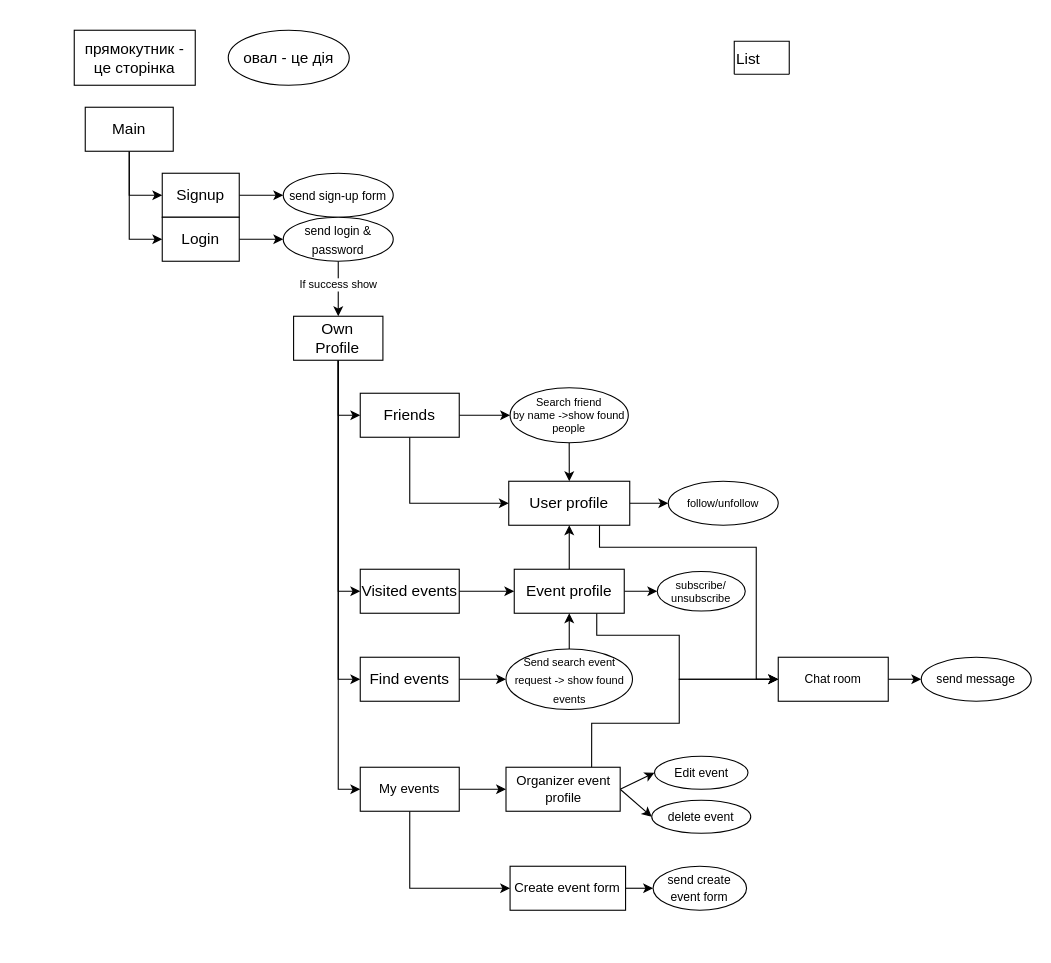
Above: DiagramsForDevelopment/SiteStructure.drawio in DeniesLie/SearchUp (draw.io), before the change. Source tidied: cells renumbered, new cells numbered last; positions are measured from the earlier drawing's top-left corner, leaving out a move shared by most shapes. Both pictures are drawn from the tidied source at 110%, with x=0, y=0 at pixel (74, 30).
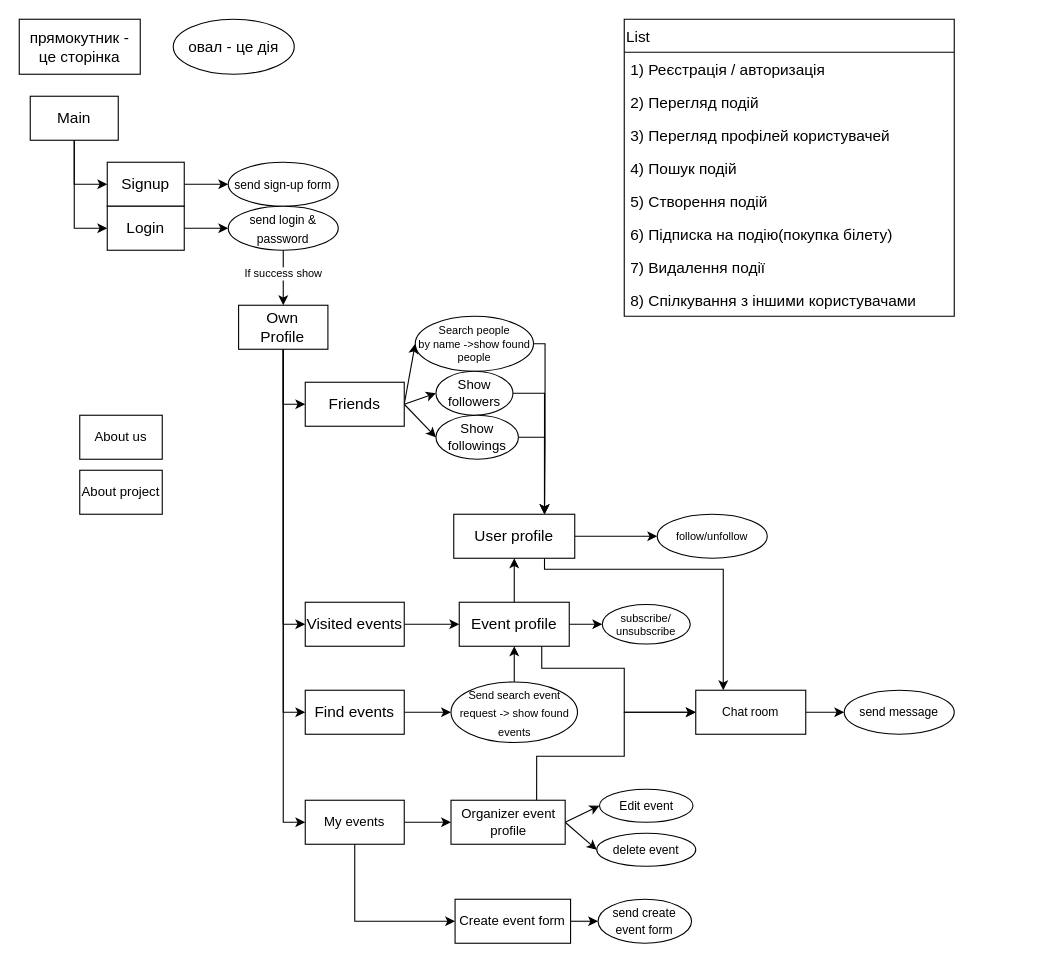
The same diagram, later.

The edit, as a diff of the source:
```diff
@@
     <mxCell id="2" style="edgeStyle=orthogonalEdgeStyle;rounded=0;jettySize=auto;html=1;exitX=0.5;exitY=1;exitDx=0;exitDy=0;fontSize=14;entryX=0;entryY=0.5;entryDx=0;entryDy=0;" parent="1" edge="1" source="4" target="6">
       <mxGeometry relative="1" as="geometry">
         <Array as="points">
-          <mxPoint x="50" y="150" />
+          <mxPoint y="140" />
         </Array>
       </mxGeometry>
     </mxCell>
     <mxCell id="3" style="edgeStyle=orthogonalEdgeStyle;rounded=0;jettySize=auto;html=1;exitX=0.5;exitY=1;exitDx=0;exitDy=0;entryX=0;entryY=0.5;entryDx=0;entryDy=0;fontSize=14;" parent="1" edge="1" source="4" target="9">
       <mxGeometry relative="1" as="geometry">
         <Array as="points">
-          <mxPoint x="50" y="190" />
+          <mxPoint y="180" />
         </Array>
       </mxGeometry>
     </mxCell>
     <mxCell id="4" value="&lt;div align=&quot;center&quot;&gt;Main&lt;br&gt;&lt;/div&gt;" style="rounded=0;whiteSpace=wrap;html=1;fontSize=14;align=center;" parent="1" vertex="1">
-      <mxGeometry x="10" y="70" width="80" height="40" as="geometry" />
+      <mxGeometry x="-40" y="60" width="80" height="40" as="geometry" />
     </mxCell>
@@
     <mxCell id="6" value="&lt;div align=&quot;center&quot;&gt;Signup&lt;br&gt;&lt;/div&gt;" style="rounded=0;whiteSpace=wrap;html=1;fontSize=14;align=center;" parent="1" vertex="1">
-      <mxGeometry x="80" y="130" width="70" height="40" as="geometry" />
+      <mxGeometry x="30" y="120" width="70" height="40" as="geometry" />
     </mxCell>
-    <mxCell id="7" value="List" style="swimlane;fontStyle=0;horizontal=1;startSize=30;fontSize=14;align=left;" parent="1" vertex="1" collapsed="1">
-      <mxGeometry x="600" y="10" width="50" height="30" as="geometry" />
+    <mxCell id="7" value="List" style="swimlane;fontStyle=0;horizontal=1;startSize=30;fontSize=14;align=left;" parent="1" vertex="1">
+      <mxGeometry x="500" y="-10" width="300" height="270" as="geometry" />
     </mxCell>
+    <mxCell id="56" value="1) Реєстрація / авторизація" style="text;strokeColor=none;fillColor=none;align=left;verticalAlign=middle;spacingLeft=4;spacingRight=4;overflow=hidden;fontSize=14;" parent="7" vertex="1">
+      <mxGeometry y="30" width="300" height="30" as="geometry" />
+    </mxCell>
+    <mxCell id="57" value="2) Перегляд подій" style="text;strokeColor=none;fillColor=none;align=left;verticalAlign=middle;spacingLeft=4;spacingRight=4;overflow=hidden;fontSize=14;" parent="7" vertex="1">
+      <mxGeometry y="60" width="300" height="30" as="geometry" />
+    </mxCell>
+    <mxCell id="58" value="3) Перегляд профілей користувачей" style="text;strokeColor=none;fillColor=none;align=left;verticalAlign=middle;spacingLeft=4;spacingRight=4;overflow=hidden;fontSize=14;" parent="7" vertex="1">
+      <mxGeometry y="90" width="300" height="30" as="geometry" />
+    </mxCell>
+    <mxCell id="59" value="4) Пошук подій" style="text;strokeColor=none;fillColor=none;align=left;verticalAlign=middle;spacingLeft=4;spacingRight=4;overflow=hidden;fontSize=14;" parent="7" vertex="1">
+      <mxGeometry y="120" width="300" height="30" as="geometry" />
+    </mxCell>
+    <mxCell id="60" value="5) Створення подій" style="text;strokeColor=none;fillColor=none;align=left;verticalAlign=middle;spacingLeft=4;spacingRight=4;overflow=hidden;fontSize=14;" parent="7" vertex="1">
+      <mxGeometry y="150" width="300" height="30" as="geometry" />
+    </mxCell>
+    <mxCell id="61" value="6) Підписка на подію(покупка білету)" style="text;strokeColor=none;fillColor=none;align=left;verticalAlign=middle;spacingLeft=4;spacingRight=4;overflow=hidden;fontSize=14;" parent="7" vertex="1">
+      <mxGeometry y="180" width="300" height="30" as="geometry" />
+    </mxCell>
+    <mxCell id="62" value="7) Видалення події" style="text;strokeColor=none;fillColor=none;align=left;verticalAlign=middle;spacingLeft=4;spacingRight=4;overflow=hidden;fontSize=14;" parent="7" vertex="1">
+      <mxGeometry y="210" width="300" height="30" as="geometry" />
+    </mxCell>
+    <mxCell id="63" value="8) Спілкування з іншими користувачами " style="text;strokeColor=none;fillColor=none;align=left;verticalAlign=middle;spacingLeft=4;spacingRight=4;overflow=hidden;fontSize=14;" parent="7" vertex="1">
+      <mxGeometry y="240" width="300" height="30" as="geometry" />
+    </mxCell>
@@
     <mxCell id="9" value="&lt;div align=&quot;center&quot;&gt;Login &lt;br&gt;&lt;/div&gt;" style="rounded=0;whiteSpace=wrap;html=1;fontSize=14;align=center;" parent="1" vertex="1">
-      <mxGeometry x="80" y="170" width="70" height="40" as="geometry" />
+      <mxGeometry x="30" y="160" width="70" height="40" as="geometry" />
     </mxCell>
     <mxCell id="10" value="прямокутник - це сторінка" style="rounded=0;whiteSpace=wrap;html=1;fontSize=14;align=center;" parent="1" vertex="1">
-      <mxGeometry width="110" height="50" as="geometry" />
+      <mxGeometry x="-50" y="-10" width="110" height="50" as="geometry" />
     </mxCell>
     <mxCell id="11" value="овал - це дія" style="ellipse;whiteSpace=wrap;html=1;fontSize=14;align=center;" parent="1" vertex="1">
-      <mxGeometry x="140" width="110" height="50" as="geometry" />
+      <mxGeometry x="90" y="-10" width="110" height="50" as="geometry" />
     </mxCell>
     <mxCell id="12" value="&lt;font style=&quot;font-size: 11px&quot;&gt;send sign-up form&lt;/font&gt;" style="ellipse;whiteSpace=wrap;html=1;fontSize=14;align=center;" parent="1" vertex="1">
-      <mxGeometry x="190" y="130" width="100" height="40" as="geometry" />
+      <mxGeometry x="140" y="120" width="100" height="40" as="geometry" />
     </mxCell>
@@
     <mxCell id="15" value="&lt;font style=&quot;font-size: 11px&quot;&gt;send login &amp;amp; password&lt;/font&gt;" style="ellipse;whiteSpace=wrap;html=1;fontSize=14;align=center;" parent="1" vertex="1">
-      <mxGeometry x="190" y="170" width="100" height="40" as="geometry" />
+      <mxGeometry x="140" y="160" width="100" height="40" as="geometry" />
     </mxCell>
@@
     <mxCell id="20" value="&lt;div align=&quot;center&quot;&gt;Own&lt;/div&gt;&lt;div align=&quot;center&quot;&gt;Profile&lt;br&gt;&lt;/div&gt;" style="rounded=0;whiteSpace=wrap;html=1;fontSize=14;align=center;" parent="1" vertex="1">
-      <mxGeometry x="199.4" y="260" width="81.2" height="40" as="geometry" />
+      <mxGeometry x="149.4" y="250" width="81.2" height="40" as="geometry" />
     </mxCell>
@@
     <mxCell id="22" value="Find events" style="rounded=0;whiteSpace=wrap;html=1;fontSize=14;align=center;" parent="1" vertex="1">
-      <mxGeometry x="260" y="570" width="90" height="40" as="geometry" />
+      <mxGeometry x="210" y="600" width="90" height="40" as="geometry" />
     </mxCell>
+    <mxCell id="64" style="edgeStyle=none;rounded=0;jettySize=auto;html=1;exitX=1;exitY=0.5;exitDx=0;exitDy=0;entryX=0;entryY=0.5;entryDx=0;entryDy=0;" parent="1" edge="1" source="25" target="69">
+      <mxGeometry relative="1" as="geometry" />
+    </mxCell>
+    <mxCell id="65" style="edgeStyle=none;rounded=0;jettySize=auto;html=1;exitX=1;exitY=0.5;exitDx=0;exitDy=0;entryX=0;entryY=0.5;entryDx=0;entryDy=0;" parent="1" edge="1" source="25" target="67">
+      <mxGeometry relative="1" as="geometry" />
+    </mxCell>
-    <mxCell id="23" style="edgeStyle=orthogonalEdgeStyle;rounded=0;jettySize=auto;html=1;fontSize=10;" parent="1" edge="1" source="25" target="38">
+    <mxCell id="23" style="edgeStyle=none;rounded=0;jettySize=auto;html=1;exitX=1;exitY=0.5;exitDx=0;exitDy=0;entryX=0;entryY=0.5;entryDx=0;entryDy=0;" parent="1" edge="1" source="25" target="38">
       <mxGeometry relative="1" as="geometry" />
     </mxCell>
-    <mxCell id="24" style="edgeStyle=orthogonalEdgeStyle;rounded=0;jettySize=auto;html=1;entryX=0;entryY=0.5;entryDx=0;entryDy=0;fontSize=10;" parent="1" edge="1" source="25" target="30">
-      <mxGeometry relative="1" as="geometry">
-        <Array as="points">
-          <mxPoint x="305" y="430" />
-        </Array>
-      </mxGeometry>
-    </mxCell>
     <mxCell id="25" value="Friends" style="rounded=0;whiteSpace=wrap;html=1;fontSize=14;align=center;" parent="1" vertex="1">
-      <mxGeometry x="260" y="330" width="90" height="40" as="geometry" />
+      <mxGeometry x="210" y="320" width="90" height="40" as="geometry" />
     </mxCell>
@@
     <mxCell id="27" value="Visited events" style="rounded=0;whiteSpace=wrap;html=1;fontSize=14;align=center;" parent="1" vertex="1">
-      <mxGeometry x="260" y="490" width="90" height="40" as="geometry" />
+      <mxGeometry x="210" y="520" width="90" height="40" as="geometry" />
     </mxCell>
@@
-    <mxCell id="29" style="edgeStyle=orthogonalEdgeStyle;rounded=0;jettySize=auto;html=1;exitX=0.75;exitY=1;exitDx=0;exitDy=0;entryX=0;entryY=0.5;entryDx=0;entryDy=0;fontSize=11;" parent="1" edge="1" source="30" target="54">
+    <mxCell id="29" style="edgeStyle=orthogonalEdgeStyle;rounded=0;jettySize=auto;html=1;exitX=0.75;exitY=1;exitDx=0;exitDy=0;entryX=0.25;entryY=0;entryDx=0;entryDy=0;fontSize=11;" parent="1" edge="1" source="30" target="54">
       <mxGeometry relative="1" as="geometry">
         <Array as="points">
-          <mxPoint x="478" y="470" />
-          <mxPoint x="620" y="470" />
-          <mxPoint x="620" y="590" />
+          <mxPoint x="428" y="490" />
+          <mxPoint x="590" y="490" />
         </Array>
       </mxGeometry>
     </mxCell>
     <mxCell id="30" value="User profile" style="rounded=0;whiteSpace=wrap;html=1;fontSize=14;align=center;" parent="1" vertex="1">
-      <mxGeometry x="395" y="410" width="110" height="40" as="geometry" />
+      <mxGeometry x="345" y="440" width="110" height="40" as="geometry" />
     </mxCell>
@@
     <mxCell id="33" style="edgeStyle=orthogonalEdgeStyle;rounded=0;jettySize=auto;html=1;exitX=0.75;exitY=1;exitDx=0;exitDy=0;entryX=0;entryY=0.5;entryDx=0;entryDy=0;fontSize=11;" parent="1" edge="1" source="34" target="54">
       <mxGeometry relative="1" as="geometry">
         <Array as="points">
-          <mxPoint x="475" y="550" />
-          <mxPoint x="550" y="550" />
-          <mxPoint x="550" y="590" />
+          <mxPoint x="425" y="580" />
+          <mxPoint x="500" y="580" />
+          <mxPoint x="500" y="620" />
         </Array>
       </mxGeometry>
     </mxCell>
     <mxCell id="34" value="Event profile" style="rounded=0;whiteSpace=wrap;html=1;fontSize=14;align=center;" parent="1" vertex="1">
-      <mxGeometry x="400" y="490" width="100" height="40" as="geometry" />
+      <mxGeometry x="350" y="520" width="100" height="40" as="geometry" />
     </mxCell>
@@
     <mxCell id="36" value="&lt;font style=&quot;font-size: 10px&quot;&gt;Send search event request -&amp;gt; show found events&lt;br&gt;&lt;/font&gt;" style="ellipse;whiteSpace=wrap;html=1;fontSize=14;align=center;" parent="1" vertex="1">
-      <mxGeometry x="392.5" y="562.5" width="115" height="55" as="geometry" />
+      <mxGeometry x="342.5" y="592.5" width="115" height="55" as="geometry" />
     </mxCell>
-    <mxCell id="37" style="edgeStyle=orthogonalEdgeStyle;rounded=0;jettySize=auto;html=1;entryX=0.5;entryY=0;entryDx=0;entryDy=0;fontSize=10;" parent="1" edge="1" source="38" target="30">
-      <mxGeometry relative="1" as="geometry" />
+    <mxCell id="37" style="edgeStyle=orthogonalEdgeStyle;rounded=0;jettySize=auto;html=1;exitX=1;exitY=0.5;exitDx=0;exitDy=0;entryX=0.75;entryY=0;entryDx=0;entryDy=0;" parent="1" edge="1" source="38" target="30">
+      <mxGeometry relative="1" as="geometry">
+        <Array as="points">
+          <mxPoint x="428" y="285" />
+          <mxPoint x="428" y="375" />
+        </Array>
+      </mxGeometry>
     </mxCell>
-    <mxCell id="38" value="Search friend&lt;br&gt;by name -&amp;gt;show found &lt;br&gt;people" style="ellipse;whiteSpace=wrap;html=1;fontSize=10;align=center;" parent="1" vertex="1">
-      <mxGeometry x="396.2" y="325" width="107.5" height="50" as="geometry" />
+    <mxCell id="38" value="Search people&lt;br&gt;by name -&amp;gt;show found &lt;br&gt;people" style="ellipse;whiteSpace=wrap;html=1;fontSize=10;align=center;" parent="1" vertex="1">
+      <mxGeometry x="310" y="260" width="107.5" height="50" as="geometry" />
     </mxCell>
     <mxCell id="39" value="follow/unfollow" style="ellipse;whiteSpace=wrap;html=1;fontSize=10;align=center;" parent="1" vertex="1">
-      <mxGeometry x="540" y="410" width="100" height="40" as="geometry" />
+      <mxGeometry x="530" y="440" width="100" height="40" as="geometry" />
     </mxCell>
     <mxCell id="40" value="subscribe/&lt;br&gt;unsubscribe" style="ellipse;whiteSpace=wrap;html=1;fontSize=10;align=center;" parent="1" vertex="1">
-      <mxGeometry x="530" y="492" width="80" height="36" as="geometry" />
+      <mxGeometry x="480" y="522" width="80" height="36" as="geometry" />
     </mxCell>
     <mxCell id="41" style="edgeStyle=orthogonalEdgeStyle;rounded=0;jettySize=auto;html=1;entryX=0;entryY=0.5;entryDx=0;entryDy=0;" parent="1" edge="1" source="43" target="49">
       <mxGeometry relative="1" as="geometry">
         <Array as="points">
-          <mxPoint x="380" y="690" />
-          <mxPoint x="380" y="690" />
+          <mxPoint x="330" y="720" />
+          <mxPoint x="330" y="720" />
         </Array>
       </mxGeometry>
     </mxCell>
     <mxCell id="42" style="edgeStyle=orthogonalEdgeStyle;rounded=0;jettySize=auto;html=1;exitX=0.5;exitY=1;exitDx=0;exitDy=0;entryX=0;entryY=0.5;entryDx=0;entryDy=0;" parent="1" edge="1" source="43" target="45">
       <mxGeometry relative="1" as="geometry">
         <Array as="points">
-          <mxPoint x="305" y="780" />
+          <mxPoint x="255" y="810" />
         </Array>
       </mxGeometry>
     </mxCell>
     <mxCell id="43" value="My events" style="rounded=0;whiteSpace=wrap;html=1;" parent="1" vertex="1">
-      <mxGeometry x="260" y="670" width="90" height="40" as="geometry" />
+      <mxGeometry x="210" y="700" width="90" height="40" as="geometry" />
     </mxCell>
@@
     <mxCell id="45" value="Create event form" style="rounded=0;whiteSpace=wrap;html=1;" parent="1" vertex="1">
-      <mxGeometry x="396.2" y="760" width="105" height="40" as="geometry" />
+      <mxGeometry x="346.2" y="790" width="105" height="40" as="geometry" />
     </mxCell>
@@
     <mxCell id="48" style="edgeStyle=orthogonalEdgeStyle;rounded=0;jettySize=auto;html=1;exitX=0.75;exitY=0;exitDx=0;exitDy=0;entryX=0;entryY=0.5;entryDx=0;entryDy=0;fontSize=11;" parent="1" edge="1" source="49" target="54">
       <mxGeometry relative="1" as="geometry">
         <Array as="points">
-          <mxPoint x="470" y="630" />
-          <mxPoint x="550" y="630" />
-          <mxPoint x="550" y="590" />
+          <mxPoint x="420" y="660" />
+          <mxPoint x="500" y="660" />
+          <mxPoint x="500" y="620" />
         </Array>
       </mxGeometry>
     </mxCell>
     <mxCell id="49" value="Organizer event profile" style="rounded=0;whiteSpace=wrap;html=1;" parent="1" vertex="1">
-      <mxGeometry x="392.5" y="670" width="103.8" height="40" as="geometry" />
+      <mxGeometry x="342.5" y="700" width="103.8" height="40" as="geometry" />
     </mxCell>
     <mxCell id="50" value="&lt;font style=&quot;font-size: 11px&quot;&gt;send create event form&lt;/font&gt;" style="ellipse;whiteSpace=wrap;html=1;" parent="1" vertex="1">
-      <mxGeometry x="526.2" y="760" width="85" height="40" as="geometry" />
+      <mxGeometry x="476.2" y="790" width="85" height="40" as="geometry" />
     </mxCell>
     <mxCell id="51" value="&lt;font style=&quot;font-size: 11px&quot;&gt;Edit event&lt;/font&gt;" style="ellipse;whiteSpace=wrap;html=1;" parent="1" vertex="1">
-      <mxGeometry x="527.5" y="660" width="85" height="30" as="geometry" />
+      <mxGeometry x="477.5" y="690" width="85" height="30" as="geometry" />
     </mxCell>
     <mxCell id="52" value="&lt;font style=&quot;font-size: 11px&quot;&gt;delete event&lt;/font&gt;" style="ellipse;whiteSpace=wrap;html=1;" parent="1" vertex="1">
-      <mxGeometry x="525" y="700" width="90" height="30" as="geometry" />
+      <mxGeometry x="475" y="730" width="90" height="30" as="geometry" />
     </mxCell>
@@
     <mxCell id="54" value="Chat room" style="rounded=0;whiteSpace=wrap;html=1;fontSize=11;" parent="1" vertex="1">
-      <mxGeometry x="640" y="570" width="100" height="40" as="geometry" />
+      <mxGeometry x="565" y="600" width="100" height="40" as="geometry" />
     </mxCell>
     <mxCell id="55" value="send message" style="ellipse;whiteSpace=wrap;html=1;fontSize=11;" parent="1" vertex="1">
-      <mxGeometry x="770" y="570" width="100" height="40" as="geometry" />
+      <mxGeometry x="700" y="600" width="100" height="40" as="geometry" />
     </mxCell>
+    <mxCell id="66" style="edgeStyle=orthogonalEdgeStyle;rounded=0;jettySize=auto;html=1;exitX=1;exitY=0.5;exitDx=0;exitDy=0;entryX=0.75;entryY=0;entryDx=0;entryDy=0;" parent="1" edge="1" source="67" target="30">
+      <mxGeometry relative="1" as="geometry" />
+    </mxCell>
+    <mxCell id="67" value="Show followers" style="ellipse;whiteSpace=wrap;html=1;" parent="1" vertex="1">
+      <mxGeometry x="328.8" y="310" width="70" height="40" as="geometry" />
+    </mxCell>
+    <mxCell id="68" style="edgeStyle=orthogonalEdgeStyle;rounded=0;jettySize=auto;html=1;exitX=1;exitY=0.5;exitDx=0;exitDy=0;entryX=0.75;entryY=0;entryDx=0;entryDy=0;" parent="1" edge="1" source="69" target="30">
+      <mxGeometry relative="1" as="geometry" />
+    </mxCell>
+    <mxCell id="69" value="Show followings" style="ellipse;whiteSpace=wrap;html=1;" parent="1" vertex="1">
+      <mxGeometry x="328.8" y="350" width="75" height="40" as="geometry" />
+    </mxCell>
+    <mxCell id="70" value="About us" style="rounded=0;whiteSpace=wrap;html=1;" parent="1" vertex="1">
+      <mxGeometry x="5" y="350" width="75" height="40" as="geometry" />
+    </mxCell>
+    <mxCell id="71" value="About project" style="rounded=0;whiteSpace=wrap;html=1;" parent="1" vertex="1">
+      <mxGeometry x="5" y="400" width="75" height="40" as="geometry" />
+    </mxCell>
```
